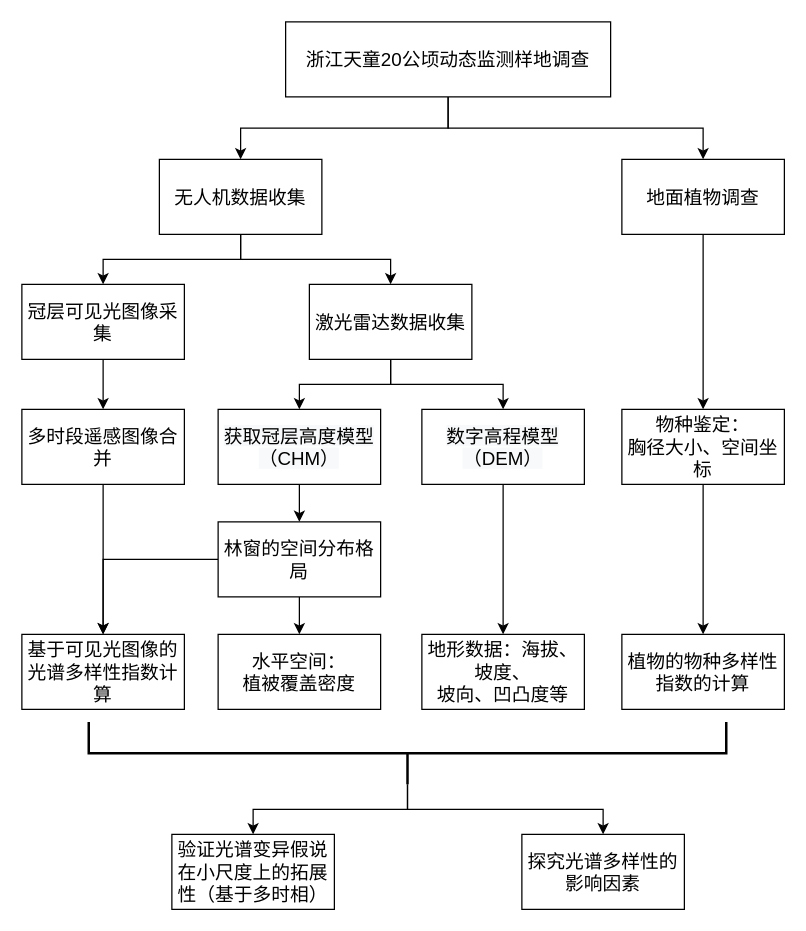
Before: page "Page-2" (2 of 2) of Untitled Diagram.drawio in sy5938/diagrams_save, a draw.io diagram. Source tidied: cells renumbered, new cells numbered last; positions are measured from the earlier drawing's top-left corner, leaving out a move shared by most shapes. Both pictures are drawn from the tidied source at 125%, with x=0, y=0 at pixel (21, 21).
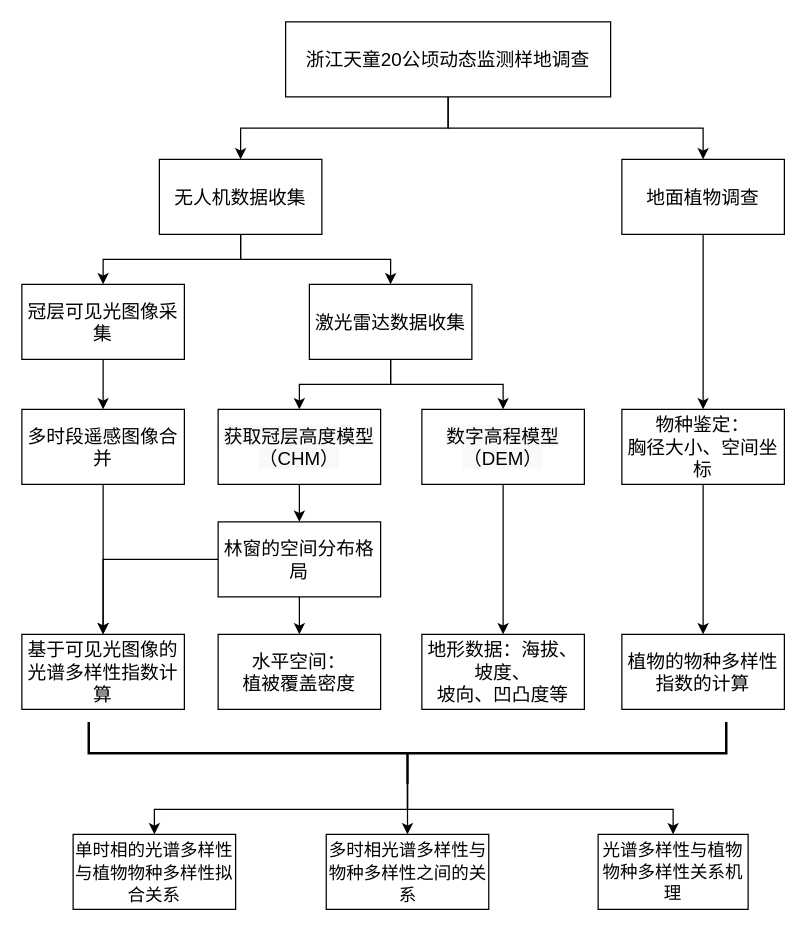
After the change.

The change refers to these unchanged cells:
```xml
<mxCell id="34" style="strokeWidth=2;html=1;shape=mxgraph.flowchart.annotation_2;align=left;labelPosition=right;shadow=0;rotation=-90;fontFamily=微软雅黑;fontSize=15;" parent="1" vertex="1">
  <mxGeometry x="283.5" y="330" width="50" height="510" as="geometry" />
</mxCell>
```

The edit, as a diff of the source:
```diff
@@
+    <mxCell id="37" style="edgeStyle=orthogonalEdgeStyle;rounded=0;jettySize=auto;html=1;exitX=0;exitY=0.5;exitDx=0;exitDy=0;exitPerimeter=0;" parent="1" edge="1" source="34" target="38">
+      <mxGeometry relative="1" as="geometry" />
+    </mxCell>
@@
-    <mxCell id="35" value="验证光谱变异假说在小尺度上的拓展性（基于多时相）" style="rounded=0;whiteSpace=wrap;html=1;shadow=0;strokeWidth=1;fontFamily=微软雅黑;fontSize=15;" parent="1" vertex="1">
-      <mxGeometry x="120" y="650" width="130" height="60" as="geometry" />
+    <mxCell id="35" value="&lt;span style=&quot;font-size: 10.5pt&quot;&gt;单时相的光谱多样性与植物物种多样性拟合关系&lt;/span&gt;" style="rounded=0;whiteSpace=wrap;html=1;shadow=0;strokeWidth=1;fontFamily=微软雅黑;fontSize=15;" parent="1" vertex="1">
+      <mxGeometry x="41" y="650" width="130" height="60" as="geometry" />
     </mxCell>
-    <mxCell id="36" value="探究光谱多样性的影响因素" style="rounded=0;whiteSpace=wrap;html=1;shadow=0;strokeWidth=1;fontFamily=微软雅黑;fontSize=15;" parent="1" vertex="1">
-      <mxGeometry x="400" y="650" width="130" height="60" as="geometry" />
+    <mxCell id="36" value="&lt;span style=&quot;font-size: 10.5pt&quot;&gt;多时相光谱多样性与物种多样性之间的关系&lt;/span&gt;" style="rounded=0;whiteSpace=wrap;html=1;shadow=0;strokeWidth=1;fontFamily=微软雅黑;fontSize=15;" parent="1" vertex="1">
+      <mxGeometry x="243.5" y="650" width="130" height="60" as="geometry" />
     </mxCell>
+    <mxCell id="38" value="&lt;span style=&quot;font-size: 10.5pt&quot;&gt;光谱多样性与植物物种多样性关系机理&lt;/span&gt;" style="rounded=0;whiteSpace=wrap;html=1;" parent="1" vertex="1">
+      <mxGeometry x="461" y="650" width="120" height="60" as="geometry" />
+    </mxCell>
```
